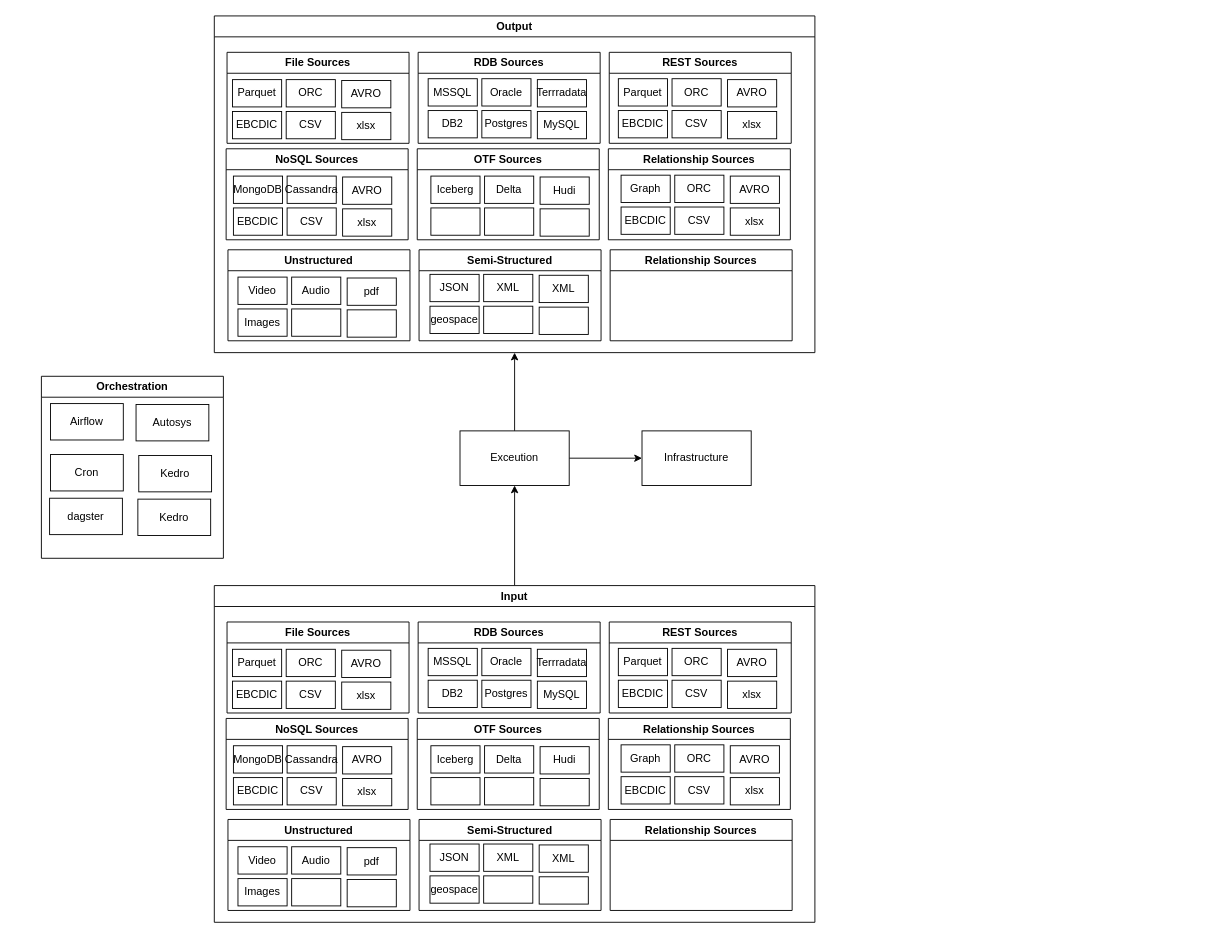
abhinavofficial/bigdata-unified-execution keeps this draw.io diagram as Working_mode_DE.drawio. Above is the earlier version. Source tidied: cells renumbered, new cells numbered last; positions are measured from the earlier drawing's top-left corner, leaving out a move shared by most shapes. Both pictures are drawn from the tidied source at 91%, with x=0, y=0 at pixel (41, 15).
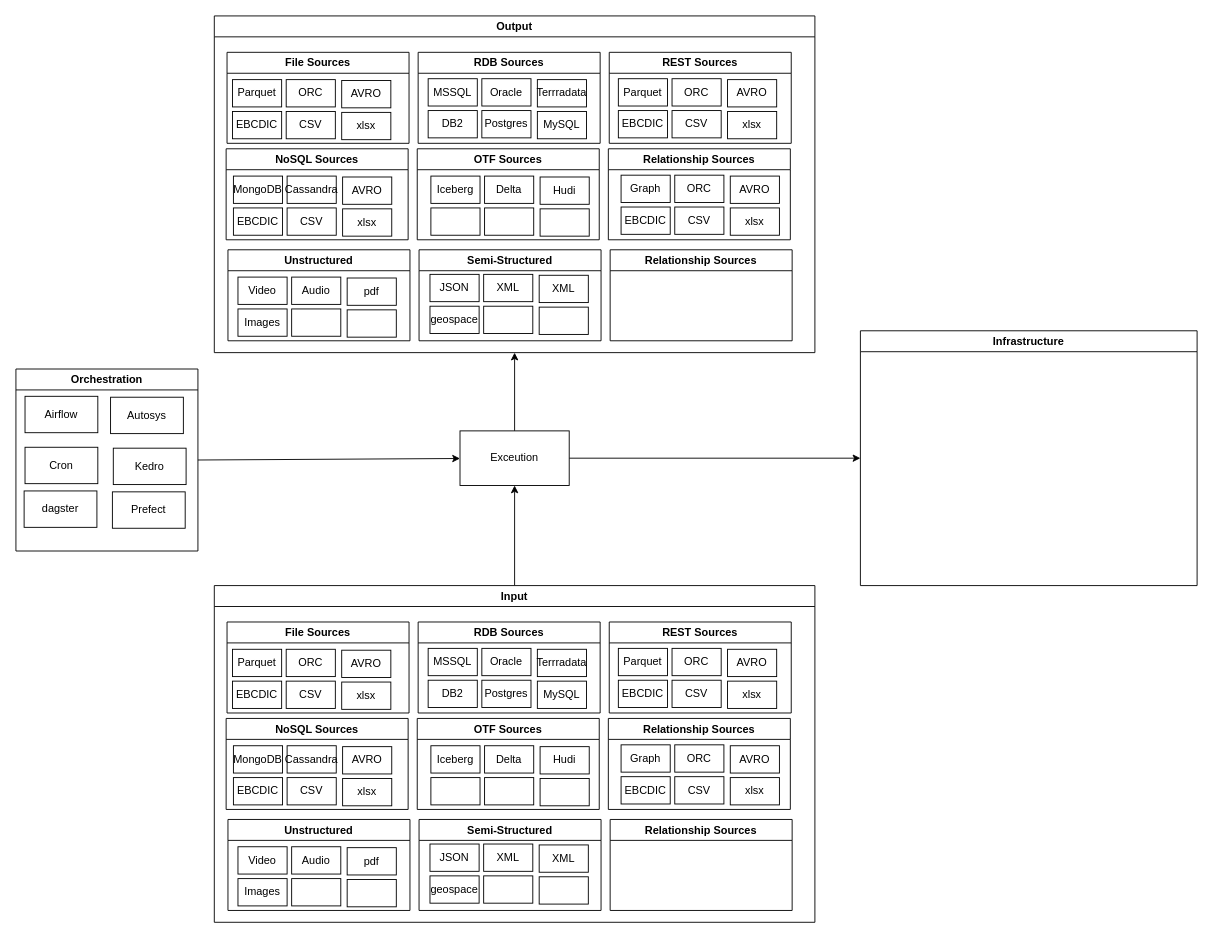
After the change.

The change refers to these unchanged cells:
```xml
<mxCell id="5" value="Exceution" style="rounded=0;whiteSpace=wrap;html=1;" parent="1" vertex="1">
  <mxGeometry x="460" y="456" width="120" height="60" as="geometry" />
</mxCell>
```

Diff of the diagram source:
```diff
@@
-    <mxCell id="3" style="edgeStyle=orthogonalEdgeStyle;rounded=0;jettySize=auto;html=1;" parent="1" edge="1" source="5" target="6">
+    <mxCell id="3" style="edgeStyle=orthogonalEdgeStyle;rounded=0;jettySize=auto;html=1;entryX=0;entryY=0.5;entryDx=0;entryDy=0;" parent="1" edge="1" source="5" target="6">
       <mxGeometry relative="1" as="geometry" />
     </mxCell>
@@
-    <mxCell id="6" value="Infrastructure" style="rounded=0;whiteSpace=wrap;html=1;" parent="1" vertex="1">
-      <mxGeometry x="660" y="456" width="120" height="60" as="geometry" />
-    </mxCell>
@@
+    <mxCell id="132" style="endArrow=classic;html=1;rounded=0;exitX=1;exitY=0.5;exitDx=0;exitDy=0;" parent="1" edge="1" source="125" target="5">
+      <mxGeometry relative="1" as="geometry" />
+    </mxCell>
+    <mxCell id="133" style="group;" parent="1" vertex="1">
+      <mxGeometry x="-28" y="388" width="200" height="200" as="geometry" />
+    </mxCell>
-    <mxCell id="125" value="Orchestration" style="swimlane;whiteSpace=wrap;html=1;" parent="1" vertex="1">
-      <mxGeometry y="396" width="200" height="200" as="geometry" />
+    <mxCell id="125" value="Orchestration" style="swimlane;whiteSpace=wrap;html=1;" parent="133" vertex="1">
+      <mxGeometry width="200" height="200" as="geometry" />
     </mxCell>
@@
-    <mxCell id="127" value="Autosys" style="rounded=0;whiteSpace=wrap;html=1;" parent="1" vertex="1">
-      <mxGeometry x="104" y="427" width="80" height="40" as="geometry" />
+    <mxCell id="127" value="Autosys" style="rounded=0;whiteSpace=wrap;html=1;" parent="133" vertex="1">
+      <mxGeometry x="104" y="31" width="80" height="40" as="geometry" />
     </mxCell>
-    <mxCell id="128" value="Kedro" style="rounded=0;whiteSpace=wrap;html=1;" parent="1" vertex="1">
-      <mxGeometry x="107" y="483" width="80" height="40" as="geometry" />
+    <mxCell id="128" value="Kedro" style="rounded=0;whiteSpace=wrap;html=1;" parent="133" vertex="1">
+      <mxGeometry x="107" y="87" width="80" height="40" as="geometry" />
     </mxCell>
-    <mxCell id="129" value="Cron" style="rounded=0;whiteSpace=wrap;html=1;" parent="1" vertex="1">
-      <mxGeometry x="10" y="482" width="80" height="40" as="geometry" />
+    <mxCell id="129" value="Cron" style="rounded=0;whiteSpace=wrap;html=1;" parent="133" vertex="1">
+      <mxGeometry x="10" y="86" width="80" height="40" as="geometry" />
     </mxCell>
-    <mxCell id="130" value="Kedro" style="rounded=0;whiteSpace=wrap;html=1;" parent="1" vertex="1">
-      <mxGeometry x="106" y="531" width="80" height="40" as="geometry" />
+    <mxCell id="130" value="Prefect" style="rounded=0;whiteSpace=wrap;html=1;" parent="133" vertex="1">
+      <mxGeometry x="106" y="135" width="80" height="40" as="geometry" />
     </mxCell>
-    <mxCell id="131" value="dagster" style="rounded=0;whiteSpace=wrap;html=1;" parent="1" vertex="1">
-      <mxGeometry x="9" y="530" width="80" height="40" as="geometry" />
+    <mxCell id="131" value="dagster" style="rounded=0;whiteSpace=wrap;html=1;" parent="133" vertex="1">
+      <mxGeometry x="9" y="134" width="80" height="40" as="geometry" />
     </mxCell>
+    <mxCell id="6" value="Infrastructure" style="swimlane;whiteSpace=wrap;html=1;" parent="1" vertex="1">
+      <mxGeometry x="900" y="346" width="370" height="280" as="geometry" />
+    </mxCell>
```
